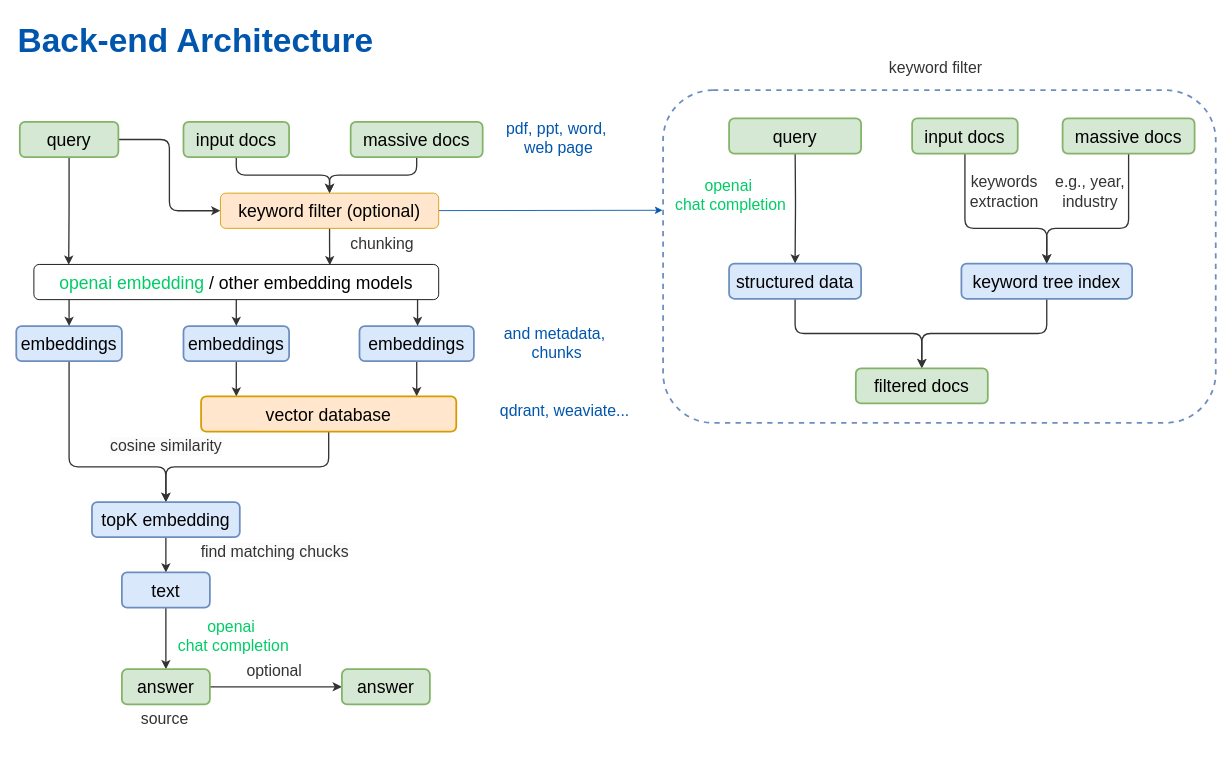
Earlier version of the draw.io diagram draw/backend.drawio (qyunhuang/chatgpt-demo). Source tidied: cells renumbered, new cells numbered last; positions are measured from the earlier drawing's top-left corner, leaving out a move shared by most shapes. Both pictures are drawn from the tidied source at 88%, with x=0, y=0 at pixel (16, 15).
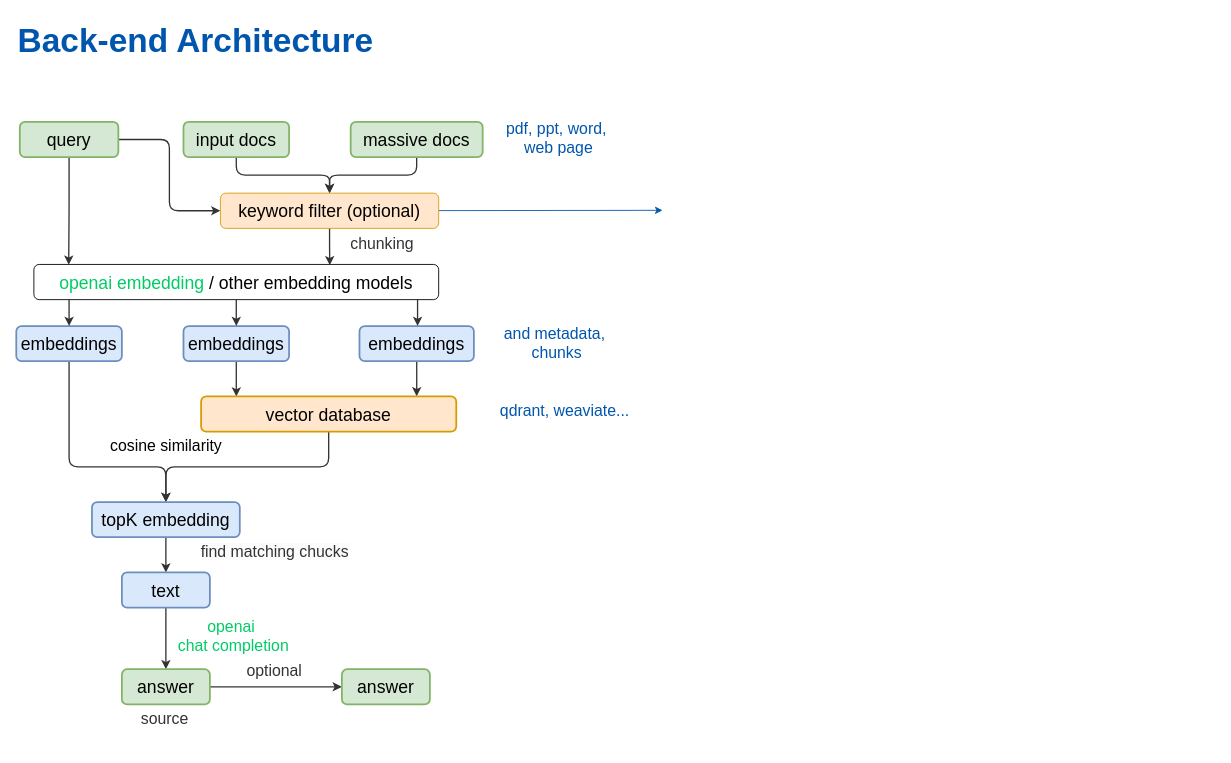
Above is the later version.

Commit message (it also covers changes not shown here):
total architecture

The change refers to these unchanged cells:
```xml
<mxCell id="50" value="&lt;font style=&quot;font-size: 20px;&quot;&gt;keyword filter (optional)&lt;/font&gt;" style="rounded=1;whiteSpace=wrap;html=1;sketch=0;strokeWidth=1;fillColor=#ffe6cc;strokeColor=#d79b00;" parent="1" vertex="1">
  <mxGeometry x="232" y="202" width="248" height="40" as="geometry" />
</mxCell>
```

Change to the diagram source:
```diff
@@
-    <mxCell id="2" style="rounded=1;whiteSpace=wrap;html=1;strokeWidth=2;fontFamily=Helvetica;fontSize=18;fillColor=none;dashed=1;strokeColor=#6c8ebf;" parent="1" vertex="1">
-      <mxGeometry x="735" y="85" width="628" height="378" as="geometry" />
-    </mxCell>
@@
-    <mxCell id="28" value="&lt;span style=&quot;font-family: Helvetica; font-size: 18px; font-style: normal; font-variant-ligatures: normal; font-variant-caps: normal; font-weight: 400; letter-spacing: normal; orphans: 2; text-align: center; text-indent: 0px; text-transform: none; widows: 2; word-spacing: 0px; -webkit-text-stroke-width: 0px; background-color: rgb(251, 251, 251); text-decoration-thickness: initial; text-decoration-style: initial; text-decoration-color: initial; float: none; display: inline !important;&quot;&gt;cosine similarity&lt;/span&gt;" style="text;whiteSpace=wrap;html=1;fontSize=18;fontColor=#333333;" parent="1" vertex="1">
+    <mxCell id="28" value="&lt;span style=&quot;font-family: Helvetica; font-size: 18px; font-style: normal; font-variant-ligatures: normal; font-variant-caps: normal; font-weight: 400; letter-spacing: normal; orphans: 2; text-align: center; text-indent: 0px; text-transform: none; widows: 2; word-spacing: 0px; -webkit-text-stroke-width: 0px; text-decoration-thickness: initial; text-decoration-style: initial; text-decoration-color: initial; float: none; display: inline !important;&quot;&gt;cosine similarity&lt;/span&gt;" style="text;whiteSpace=wrap;html=1;fontSize=18;labelBackgroundColor=none;" parent="1" vertex="1">
       <mxGeometry x="105" y="473" width="155" height="50" as="geometry" />
     </mxCell>
@@
-    <mxCell id="36" style="edgeStyle=orthogonalEdgeStyle;html=1;strokeColor=#333;strokeWidth=1.5;fontFamily=Helvetica;fontSize=18;fontColor=#00CC66;" parent="1" edge="1" target="39">
-      <mxGeometry relative="1" as="geometry">
-        <mxPoint x="1264" y="145" as="sourcePoint" />
-        <Array as="points">
-          <mxPoint x="1264" y="242" />
-          <mxPoint x="1171" y="242" />
-        </Array>
-      </mxGeometry>
-    </mxCell>
-    <mxCell id="37" value="&lt;font style=&quot;font-size: 20px;&quot;&gt;massive docs&lt;/font&gt;" style="rounded=1;whiteSpace=wrap;html=1;sketch=0;fillColor=#d5e8d4;strokeColor=#82b366;strokeWidth=2;" parent="1" vertex="1">
-      <mxGeometry x="1189" y="117" width="150" height="40" as="geometry" />
-    </mxCell>
-    <mxCell id="38" style="edgeStyle=orthogonalEdgeStyle;html=1;strokeColor=#333;strokeWidth=1.5;fontFamily=Helvetica;fontSize=18;fontColor=#00CC66;" parent="1" edge="1" source="39" target="47">
-      <mxGeometry relative="1" as="geometry" />
-    </mxCell>
-    <mxCell id="39" value="&lt;font style=&quot;font-size: 20px;&quot;&gt;keyword tree index&lt;/font&gt;" style="rounded=1;whiteSpace=wrap;html=1;sketch=0;fillColor=#dae8fc;strokeColor=#6c8ebf;strokeWidth=2;" parent="1" vertex="1">
-      <mxGeometry x="1074" y="282" width="194" height="40" as="geometry" />
-    </mxCell>
-    <mxCell id="40" value="&lt;div style=&quot;text-align: center; font-size: 18px;&quot;&gt;&lt;span style=&quot;font-size: 18px;&quot;&gt;keywords&lt;/span&gt;&lt;/div&gt;&lt;div style=&quot;text-align: center; font-size: 18px;&quot;&gt;&lt;span style=&quot;font-size: 18px;&quot;&gt;extraction&lt;/span&gt;&lt;/div&gt;" style="text;whiteSpace=wrap;html=1;fontSize=18;fontColor=#333333;" parent="1" vertex="1">
-      <mxGeometry x="1082" y="173" width="83" height="54" as="geometry" />
-    </mxCell>
-    <mxCell id="41" style="edgeStyle=orthogonalEdgeStyle;html=1;strokeColor=#333;strokeWidth=1.5;fontFamily=Helvetica;fontSize=18;fontColor=#00CC66;" parent="1" edge="1" target="44">
-      <mxGeometry relative="1" as="geometry">
-        <mxPoint x="885" y="145" as="sourcePoint" />
-      </mxGeometry>
-    </mxCell>
-    <mxCell id="42" value="&lt;font style=&quot;font-size: 20px;&quot;&gt;query&lt;/font&gt;" style="rounded=1;whiteSpace=wrap;html=1;sketch=0;fillColor=#d5e8d4;strokeColor=#82b366;strokeWidth=2;" parent="1" vertex="1">
-      <mxGeometry x="810" y="117" width="150" height="40" as="geometry" />
-    </mxCell>
-    <mxCell id="43" style="edgeStyle=orthogonalEdgeStyle;html=1;strokeColor=#333;strokeWidth=1.5;fontFamily=Helvetica;fontSize=18;fontColor=#00CC66;" parent="1" edge="1" source="44" target="47">
-      <mxGeometry relative="1" as="geometry" />
-    </mxCell>
-    <mxCell id="44" value="&lt;font style=&quot;font-size: 20px;&quot;&gt;structured data&lt;/font&gt;" style="rounded=1;whiteSpace=wrap;html=1;sketch=0;fillColor=#dae8fc;strokeColor=#6c8ebf;strokeWidth=2;" parent="1" vertex="1">
-      <mxGeometry x="810" y="282" width="150" height="40" as="geometry" />
-    </mxCell>
-    <mxCell id="45" value="&lt;div style=&quot;text-align: center; font-size: 18px;&quot;&gt;&lt;span style=&quot;font-size: 18px;&quot;&gt;&lt;font color=&quot;#00cc66&quot;&gt;openai&amp;nbsp;&lt;/font&gt;&lt;/span&gt;&lt;/div&gt;&lt;span style=&quot;font-family: Helvetica; font-size: 18px; font-style: normal; font-variant-ligatures: normal; font-variant-caps: normal; font-weight: 400; letter-spacing: normal; orphans: 2; text-indent: 0px; text-transform: none; widows: 2; word-spacing: 0px; -webkit-text-stroke-width: 0px; background-color: rgb(251, 251, 251); text-decoration-thickness: initial; text-decoration-style: initial; text-decoration-color: initial; float: none; display: inline !important;&quot;&gt;&lt;div style=&quot;text-align: center; font-size: 18px;&quot;&gt;&lt;font color=&quot;#00cc66&quot;&gt;chat completion&lt;/font&gt;&lt;/div&gt;&lt;/span&gt;" style="text;whiteSpace=wrap;html=1;fontSize=18;fontColor=#FF8B47;" parent="1" vertex="1">
-      <mxGeometry x="747" y="177" width="133" height="50" as="geometry" />
-    </mxCell>
-    <mxCell id="46" value="&lt;div style=&quot;text-align: center; font-size: 18px;&quot;&gt;e.g., year, industry&lt;/div&gt;" style="text;whiteSpace=wrap;html=1;fontSize=18;fontColor=#333333;" parent="1" vertex="1">
-      <mxGeometry x="1173" y="173" width="93" height="54" as="geometry" />
-    </mxCell>
-    <mxCell id="47" value="&lt;font style=&quot;font-size: 20px;&quot;&gt;filtered docs&lt;/font&gt;" style="rounded=1;whiteSpace=wrap;html=1;sketch=0;fillColor=#d5e8d4;strokeColor=#82b366;strokeWidth=2;" parent="1" vertex="1">
-      <mxGeometry x="954" y="401" width="150" height="40" as="geometry" />
-    </mxCell>
@@
-    <mxCell id="49" style="edgeStyle=none;html=1;entryX=-0.001;entryY=0.361;entryDx=0;entryDy=0;entryPerimeter=0;strokeColor=#0056AD;" parent="1" edge="1" source="50" target="2">
-      <mxGeometry relative="1" as="geometry" />
+    <mxCell id="49" style="edgeStyle=none;html=1;entryX=-0.001;entryY=0.361;entryDx=0;entryDy=0;entryPerimeter=0;strokeColor=#0056AD;" parent="1" edge="1" source="50">
+      <mxGeometry relative="1" as="geometry">
+        <mxPoint x="734.4" y="221.5" as="targetPoint" />
+      </mxGeometry>
     </mxCell>
@@
-    <mxCell id="51" style="edgeStyle=orthogonalEdgeStyle;html=1;entryX=0.5;entryY=0;entryDx=0;entryDy=0;strokeColor=#333;strokeWidth=1.5;fontFamily=Helvetica;fontSize=18;fontColor=#000000;" parent="1" edge="1" target="39">
-      <mxGeometry relative="1" as="geometry">
-        <mxPoint x="1078" y="145" as="sourcePoint" />
-        <Array as="points">
-          <mxPoint x="1078" y="242" />
-          <mxPoint x="1171" y="242" />
-        </Array>
-      </mxGeometry>
-    </mxCell>
-    <mxCell id="52" value="&lt;font style=&quot;font-size: 20px;&quot;&gt;input docs&lt;/font&gt;" style="rounded=1;whiteSpace=wrap;html=1;sketch=0;fillColor=#d5e8d4;strokeColor=#82b366;strokeWidth=2;" parent="1" vertex="1">
-      <mxGeometry x="1018" y="117" width="120" height="40" as="geometry" />
-    </mxCell>
@@
-    <mxCell id="55" value="&lt;div style=&quot;text-align: center; font-size: 18px;&quot;&gt;&lt;span style=&quot;background-color: initial;&quot;&gt;keyword filter&lt;/span&gt;&lt;/div&gt;" style="text;whiteSpace=wrap;html=1;fontSize=18;fontColor=#333333;" parent="1" vertex="1">
-      <mxGeometry x="990" y="43" width="118" height="40" as="geometry" />
-    </mxCell>
```
